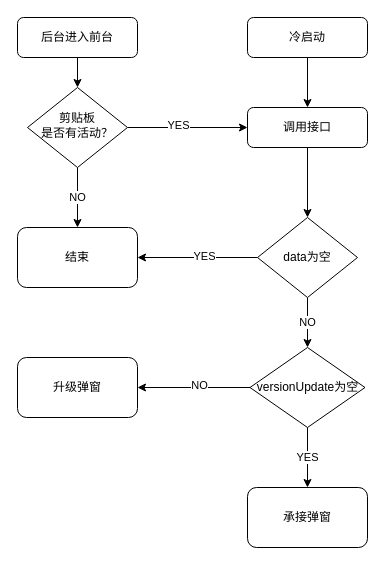
6D1996/test keeps this draw.io diagram as 未命名绘图.drawio. Above is the earlier version. Source tidied: cells renumbered, new cells numbered last; positions are measured from the earlier drawing's top-left corner, leaving out a move shared by most shapes. Both pictures are drawn from the tidied source at 100%, with x=0, y=0 at pixel (17, 17).
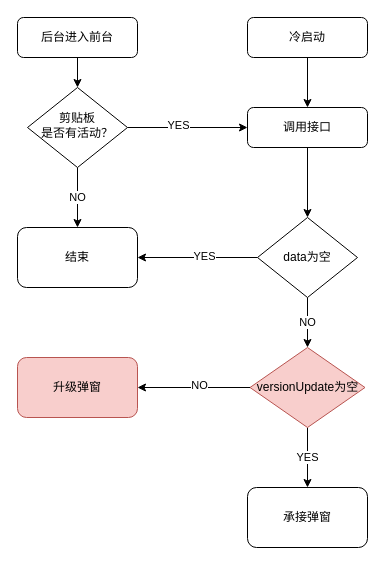
After the change.

What changed in the source:
```diff
@@
-    <mxCell id="20" value="versionUpdate为空" style="rhombus;whiteSpace=wrap;html=1;" parent="1" vertex="1">
+    <mxCell id="20" value="versionUpdate为空" style="rhombus;whiteSpace=wrap;html=1;fillColor=#f8cecc;strokeColor=#b85450;" parent="1" vertex="1">
       <mxGeometry x="232.5" y="330" width="115" height="80" as="geometry" />
     </mxCell>
-    <mxCell id="21" value="升级弹窗" style="rounded=1;whiteSpace=wrap;html=1;" parent="1" vertex="1">
+    <mxCell id="21" value="升级弹窗" style="rounded=1;whiteSpace=wrap;html=1;fillColor=#f8cecc;strokeColor=#b85450;" parent="1" vertex="1">
       <mxGeometry y="340" width="120" height="60" as="geometry" />
     </mxCell>
```
